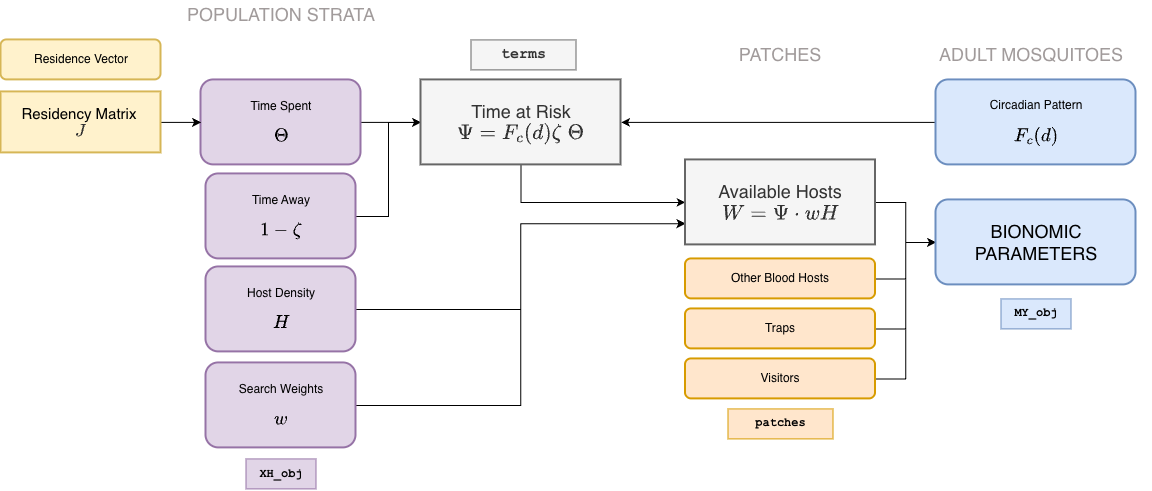
Earlier version of the draw.io export vignettes/xds_blood_feeding.drawio.png (dd-harp/ramp.xds). Source tidied: cells renumbered, new cells last; positions are measured from the earlier drawing's top-left corner, leaving out a move shared by most shapes.
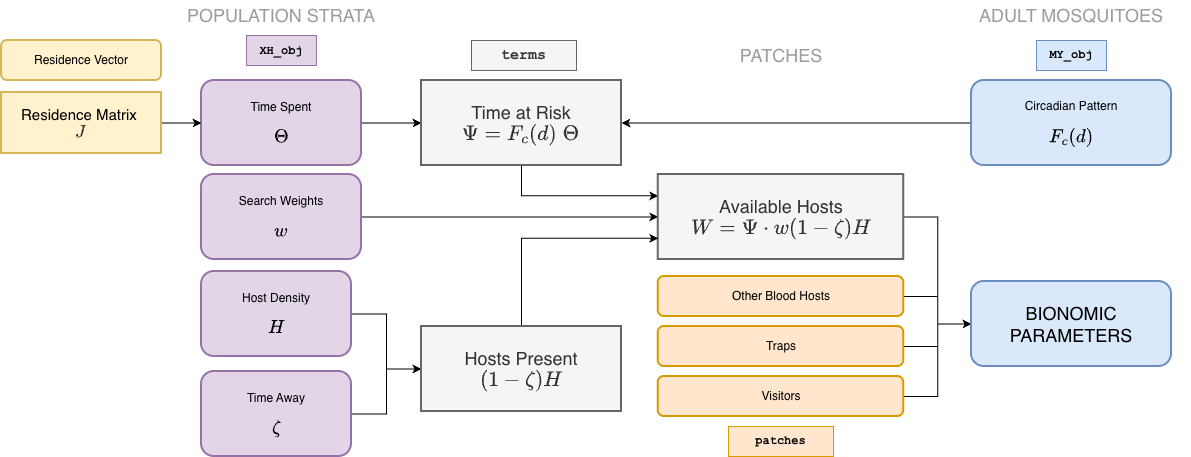
The same diagram one commit later.

Diff of the diagram source:
```diff
@@ -6,19 +6,19 @@
       <mxGeometry relative="1" as="geometry" />
     </mxCell>
     <mxCell id="3" value="Other Blood Hosts" style="rounded=1;whiteSpace=wrap;html=1;strokeWidth=2;fillColor=#ffe6cc;strokeColor=#d79b00;" parent="1" vertex="1">
-      <mxGeometry x="684.5" y="259" width="190" height="40" as="geometry" />
+      <mxGeometry x="656.8" y="276" width="245.5" height="40" as="geometry" />
     </mxCell>
     <mxCell id="4" style="edgeStyle=orthogonalEdgeStyle;rounded=0;jettySize=auto;html=1;exitX=1;exitY=0.5;exitDx=0;exitDy=0;entryX=0;entryY=0.5;entryDx=0;entryDy=0;" parent="1" edge="1" source="5" target="32">
       <mxGeometry relative="1" as="geometry" />
     </mxCell>
     <mxCell id="5" value="Traps" style="rounded=1;whiteSpace=wrap;html=1;strokeWidth=2;fillColor=#ffe6cc;strokeColor=#d79b00;" parent="1" vertex="1">
-      <mxGeometry x="684.5" y="309" width="190" height="40" as="geometry" />
+      <mxGeometry x="656.8" y="326" width="245.5" height="40" as="geometry" />
     </mxCell>
-    <mxCell id="6" style="edgeStyle=orthogonalEdgeStyle;rounded=0;jettySize=auto;html=1;exitX=1;exitY=0.5;exitDx=0;exitDy=0;entryX=0;entryY=0.75;entryDx=0;entryDy=0;" parent="1" edge="1" source="7" target="23">
-      <mxGeometry relative="1" as="geometry" />
-    </mxCell>
+    <mxCell id="33" style="edgeStyle=orthogonalEdgeStyle;rounded=0;jettySize=auto;html=1;exitX=1;exitY=0.5;exitDx=0;exitDy=0;" parent="1" edge="1" source="7" target="36">
+      <mxGeometry relative="1" as="geometry" />
+    </mxCell>
     <mxCell id="7" value="&lt;div&gt;Host Density&lt;/div&gt;&lt;div&gt;&lt;br&gt;&lt;/div&gt;&lt;font style=&quot;font-size: 16px;&quot;&gt;\(H\)&lt;/font&gt;" style="rounded=1;whiteSpace=wrap;html=1;strokeWidth=2;fillColor=#e1d5e7;strokeColor=#9673a6;" parent="1" vertex="1">
-      <mxGeometry x="205" y="267" width="150" height="85" as="geometry" />
+      <mxGeometry x="200" y="271" width="150" height="85" as="geometry" />
     </mxCell>
     <mxCell id="8" style="edgeStyle=orthogonalEdgeStyle;rounded=0;jettySize=auto;html=1;exitX=1;exitY=0.5;exitDx=0;exitDy=0;" parent="1" edge="1" source="9" target="21">
       <mxGeometry relative="1" as="geometry" />
@@ -30,43 +30,43 @@
       <mxGeometry relative="1" as="geometry" />
     </mxCell>
     <mxCell id="11" value="Visitors" style="rounded=1;whiteSpace=wrap;html=1;strokeWidth=2;fillColor=#ffe6cc;strokeColor=#d79b00;" parent="1" vertex="1">
-      <mxGeometry x="684.5" y="359" width="190" height="40" as="geometry" />
+      <mxGeometry x="656.8" y="376" width="245.5" height="40" as="geometry" />
     </mxCell>
-    <mxCell id="12" style="edgeStyle=orthogonalEdgeStyle;rounded=0;jettySize=auto;html=1;exitX=1;exitY=0.5;exitDx=0;exitDy=0;entryX=0;entryY=0.75;entryDx=0;entryDy=0;" parent="1" edge="1" source="13" target="23">
+    <mxCell id="12" style="edgeStyle=orthogonalEdgeStyle;rounded=0;jettySize=auto;html=1;exitX=1;exitY=0.5;exitDx=0;exitDy=0;entryX=0;entryY=0.5;entryDx=0;entryDy=0;strokeWidth=1;" parent="1" edge="1" source="13" target="23">
       <mxGeometry relative="1" as="geometry" />
     </mxCell>
     <mxCell id="13" value="&lt;div&gt;Search Weights&lt;/div&gt;&lt;div&gt;&lt;br&gt;&lt;/div&gt;&lt;font style=&quot;font-size: 16px;&quot;&gt;\(w\)&lt;/font&gt;" style="rounded=1;whiteSpace=wrap;html=1;strokeWidth=2;fillColor=#e1d5e7;strokeColor=#9673a6;" parent="1" vertex="1">
-      <mxGeometry x="205" y="363" width="150" height="85" as="geometry" />
+      <mxGeometry x="200" y="174" width="160" height="85" as="geometry" />
     </mxCell>
     <mxCell id="14" value="terms" style="text;html=1;whiteSpace=wrap;strokeColor=#666666;fillColor=#f5f5f5;align=center;verticalAlign=middle;rounded=0;fontSize=15;fontColor=#333333;fontFamily=Courier New;fontStyle=1;" parent="1" vertex="1">
       <mxGeometry x="470" y="40" width="105" height="30" as="geometry" />
     </mxCell>
     <mxCell id="15" value="&lt;b&gt;&lt;font face=&quot;Courier New&quot;&gt;XH_obj&lt;/font&gt;&lt;/b&gt;" style="rounded=0;whiteSpace=wrap;html=1;fillColor=#e1d5e7;strokeColor=#9673a6;" parent="1" vertex="1">
-      <mxGeometry x="245" y="459" width="70" height="30" as="geometry" />
+      <mxGeometry x="245" y="35" width="70" height="30" as="geometry" />
     </mxCell>
     <mxCell id="16" value="&lt;b&gt;MY_obj&lt;/b&gt;" style="rounded=0;whiteSpace=wrap;html=1;fillColor=#dae8fc;strokeColor=#6c8ebf;fontFamily=Courier New;" parent="1" vertex="1">
-      <mxGeometry x="1000" y="299" width="70" height="30" as="geometry" />
+      <mxGeometry x="1035" y="40" width="70" height="30" as="geometry" />
     </mxCell>
     <mxCell id="17" value="&lt;b&gt;patches&lt;/b&gt;" style="rounded=0;whiteSpace=wrap;html=1;fillColor=#ffe6cc;strokeColor=#d79b00;fontFamily=Courier New;" parent="1" vertex="1">
-      <mxGeometry x="727" y="409" width="105" height="30" as="geometry" />
+      <mxGeometry x="727" y="426" width="105" height="30" as="geometry" />
     </mxCell>
-    <mxCell id="18" style="edgeStyle=orthogonalEdgeStyle;rounded=0;jettySize=auto;html=1;exitX=1;exitY=0.5;exitDx=0;exitDy=0;entryX=0;entryY=0.5;entryDx=0;entryDy=0;" parent="1" edge="1" source="19" target="21">
-      <mxGeometry relative="1" as="geometry" />
-    </mxCell>
+    <mxCell id="34" style="edgeStyle=orthogonalEdgeStyle;rounded=0;jettySize=auto;html=1;exitX=1;exitY=0.5;exitDx=0;exitDy=0;entryX=0;entryY=0.5;entryDx=0;entryDy=0;" parent="1" edge="1" source="19" target="36">
+      <mxGeometry relative="1" as="geometry" />
+    </mxCell>
-    <mxCell id="19" value="&lt;div&gt;Time Away&lt;/div&gt;&lt;div&gt;&lt;br&gt;&lt;/div&gt;&lt;font style=&quot;font-size: 16px;&quot;&gt;\(1-\zeta\)&lt;/font&gt;" style="rounded=1;whiteSpace=wrap;html=1;strokeWidth=2;fillColor=#e1d5e7;strokeColor=#9673a6;" parent="1" vertex="1">
-      <mxGeometry x="205" y="174" width="150" height="85" as="geometry" />
+    <mxCell id="19" value="&lt;div&gt;Time Away&lt;/div&gt;&lt;div&gt;&lt;br&gt;&lt;/div&gt;&lt;font style=&quot;font-size: 16px;&quot;&gt;\(\zeta\)&lt;/font&gt;" style="rounded=1;whiteSpace=wrap;html=1;strokeWidth=2;fillColor=#e1d5e7;strokeColor=#9673a6;" parent="1" vertex="1">
+      <mxGeometry x="200" y="371" width="150" height="85" as="geometry" />
     </mxCell>
-    <mxCell id="20" style="edgeStyle=orthogonalEdgeStyle;rounded=0;jettySize=auto;html=1;exitX=0.5;exitY=1;exitDx=0;exitDy=0;entryX=0;entryY=0.5;entryDx=0;entryDy=0;" parent="1" edge="1" source="21" target="23">
+    <mxCell id="20" style="edgeStyle=orthogonalEdgeStyle;rounded=0;jettySize=auto;html=1;exitX=0.5;exitY=1;exitDx=0;exitDy=0;entryX=0;entryY=0.25;entryDx=0;entryDy=0;strokeWidth=1;" parent="1" edge="1" source="21" target="23">
       <mxGeometry relative="1" as="geometry" />
     </mxCell>
-    <mxCell id="21" value="Time at Risk&lt;div&gt;\( \Psi = F_c(d) \zeta \; \Theta \)&lt;/div&gt;" style="rounded=0;whiteSpace=wrap;html=1;fillColor=#f5f5f5;fontColor=#333333;strokeColor=#666666;fontSize=18;strokeWidth=2;" parent="1" vertex="1">
+    <mxCell id="21" value="Time at Risk&lt;div&gt;\( \Psi = F_c(d) \; \Theta \)&lt;/div&gt;" style="rounded=0;whiteSpace=wrap;html=1;fillColor=#f5f5f5;fontColor=#333333;strokeColor=#666666;fontSize=18;strokeWidth=2;" parent="1" vertex="1">
       <mxGeometry x="420" y="80" width="200" height="85" as="geometry" />
     </mxCell>
     <mxCell id="22" style="edgeStyle=orthogonalEdgeStyle;rounded=0;jettySize=auto;html=1;exitX=1;exitY=0.5;exitDx=0;exitDy=0;entryX=0;entryY=0.5;entryDx=0;entryDy=0;" parent="1" edge="1" source="23" target="32">
       <mxGeometry relative="1" as="geometry" />
     </mxCell>
-    <mxCell id="23" value="Available Hosts&lt;div&gt;\( W = \Psi \cdot w H \)&lt;/div&gt;" style="rounded=0;whiteSpace=wrap;html=1;fillColor=#f5f5f5;fontColor=#333333;strokeColor=#666666;fontSize=18;strokeWidth=2;" parent="1" vertex="1">
-      <mxGeometry x="684.5" y="160" width="190" height="85" as="geometry" />
+    <mxCell id="23" value="Available Hosts&lt;div&gt;\( W = \Psi \cdot w (1-\zeta) H \)&lt;/div&gt;" style="rounded=0;whiteSpace=wrap;html=1;fillColor=#f5f5f5;fontColor=#333333;strokeColor=#666666;fontSize=18;strokeWidth=2;" parent="1" vertex="1">
+      <mxGeometry x="656.8" y="174" width="245.5" height="85" as="geometry" />
     </mxCell>
     <mxCell id="24" value="Residence Vector" style="rounded=1;whiteSpace=wrap;html=1;strokeWidth=2;fillColor=#fff2cc;strokeColor=#d6b656;" parent="1" vertex="1">
       <mxGeometry y="40" width="160" height="40" as="geometry" />
@@ -74,7 +74,7 @@
     <mxCell id="25" style="edgeStyle=orthogonalEdgeStyle;rounded=0;jettySize=auto;html=1;exitX=1;exitY=0.5;exitDx=0;exitDy=0;entryX=0;entryY=0.5;entryDx=0;entryDy=0;" parent="1" edge="1" source="26" target="9">
       <mxGeometry relative="1" as="geometry" />
     </mxCell>
-    <mxCell id="26" value="Residency Matrix&amp;nbsp;&lt;div&gt;&lt;div&gt;&lt;span style=&quot;background-color: transparent; color: light-dark(rgb(51, 51, 51), rgb(193, 193, 193));&quot;&gt;\(J\)&lt;/span&gt;&lt;/div&gt;&lt;/div&gt;" style="rounded=0;whiteSpace=wrap;html=1;fillColor=#fff2cc;strokeColor=#d6b656;strokeWidth=2;fontSize=15;" parent="1" vertex="1">
+    <mxCell id="26" value="Residence Matrix&amp;nbsp;&lt;div&gt;&lt;div&gt;&lt;span style=&quot;background-color: transparent; color: light-dark(rgb(51, 51, 51), rgb(193, 193, 193));&quot;&gt;\(J\)&lt;/span&gt;&lt;/div&gt;&lt;/div&gt;" style="rounded=0;whiteSpace=wrap;html=1;fillColor=#fff2cc;strokeColor=#d6b656;strokeWidth=2;fontSize=15;" parent="1" vertex="1">
       <mxGeometry y="92" width="160" height="61" as="geometry" />
     </mxCell>
     <mxCell id="27" value="POPULATION STRATA" style="text;html=1;whiteSpace=wrap;strokeColor=none;fillColor=none;align=center;verticalAlign=middle;rounded=0;fontSize=18;fontColor=light-dark(#a19b9b, #ededed);" parent="1" vertex="1">
@@ -84,16 +84,22 @@
       <mxGeometry x="734.5" y="40" width="90" height="30" as="geometry" />
     </mxCell>
     <mxCell id="29" value="ADULT MOSQUITOES" style="text;html=1;whiteSpace=wrap;strokeColor=none;fillColor=none;align=center;verticalAlign=middle;rounded=0;fontSize=18;fontColor=light-dark(#a19b9b, #ededed);" parent="1" vertex="1">
-      <mxGeometry x="910" y="40" width="240" height="30" as="geometry" />
+      <mxGeometry x="950" width="240" height="30" as="geometry" />
     </mxCell>
     <mxCell id="30" style="edgeStyle=orthogonalEdgeStyle;rounded=0;jettySize=auto;html=1;exitX=0;exitY=0.5;exitDx=0;exitDy=0;entryX=1;entryY=0.5;entryDx=0;entryDy=0;" parent="1" edge="1" source="31" target="21">
       <mxGeometry relative="1" as="geometry" />
     </mxCell>
     <mxCell id="31" value="Circadian Pattern&lt;div&gt;&lt;br class=&quot;Apple-interchange-newline&quot;&gt;&lt;span style=&quot;font-size: 16px;&quot;&gt;\(F_c(d)\)&lt;/span&gt;&lt;/div&gt;" style="rounded=1;whiteSpace=wrap;html=1;strokeWidth=2;fillColor=#dae8fc;strokeColor=#6c8ebf;" parent="1" vertex="1">
-      <mxGeometry x="935" y="80" width="200" height="85" as="geometry" />
+      <mxGeometry x="970" y="80" width="200" height="85" as="geometry" />
     </mxCell>
     <mxCell id="32" value="BIONOMIC PARAMETERS" style="rounded=1;whiteSpace=wrap;html=1;strokeWidth=2;fillColor=#dae8fc;strokeColor=#6c8ebf;fontSize=18;" parent="1" vertex="1">
-      <mxGeometry x="935" y="200" width="200" height="85" as="geometry" />
+      <mxGeometry x="970" y="281" width="200" height="85" as="geometry" />
     </mxCell>
+    <mxCell id="35" style="edgeStyle=orthogonalEdgeStyle;rounded=0;jettySize=auto;html=1;exitX=0.5;exitY=0;exitDx=0;exitDy=0;entryX=0;entryY=0.75;entryDx=0;entryDy=0;" parent="1" edge="1" source="36" target="23">
+      <mxGeometry relative="1" as="geometry" />
+    </mxCell>
+    <mxCell id="36" value="Hosts Present&lt;div&gt;\( (1-\zeta) H\)&lt;/div&gt;" style="rounded=0;whiteSpace=wrap;html=1;fillColor=#f5f5f5;fontColor=#333333;strokeColor=#666666;fontSize=18;strokeWidth=2;" parent="1" vertex="1">
+      <mxGeometry x="420" y="326" width="200" height="85" as="geometry" />
+    </mxCell>
   </root>
 </mxGraphModel>
```
